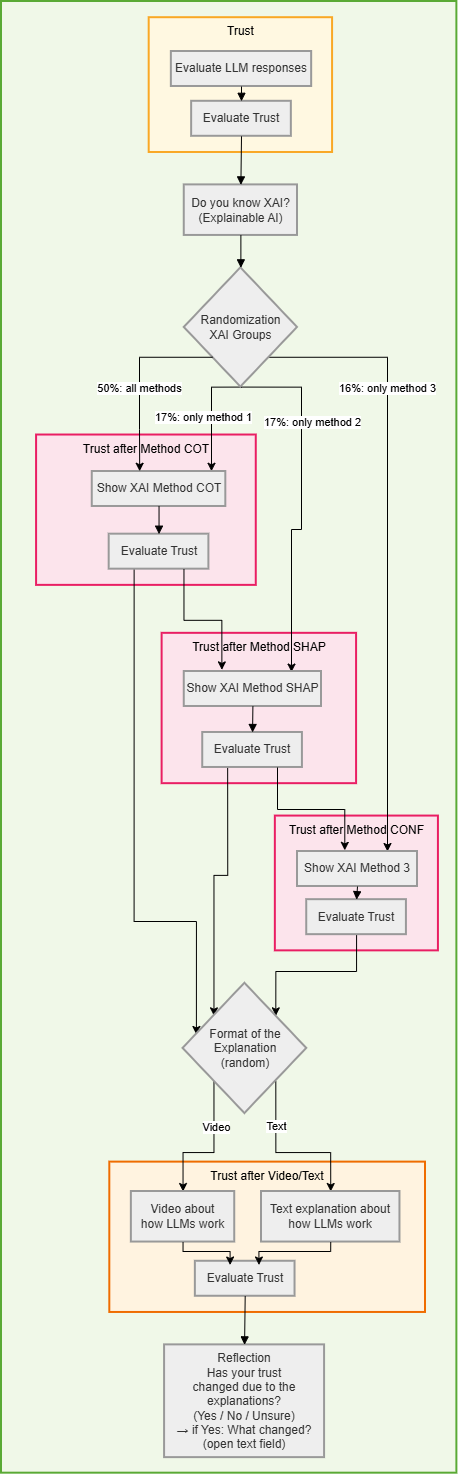
Before: ba_xai_for_llms/img/main_xai_research.drawio.png, a diagram exported from draw.io (rieselin/BA_XAI_for_LLMs). Source tidied: cells renumbered, new cells last; positions are measured from the earlier drawing's top-left corner, leaving out a move shared by most shapes.
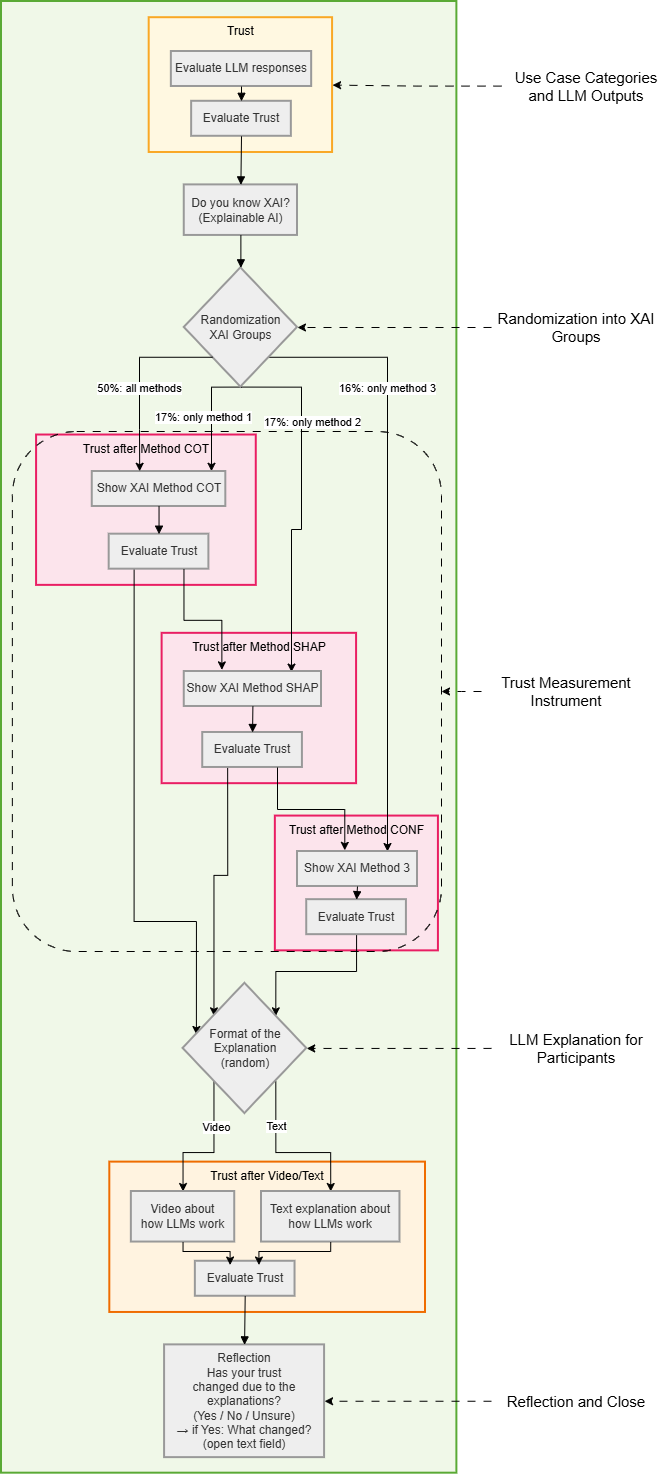
The same diagram one commit later.

What changed in the source:
```diff
@@ -191,5 +191,48 @@
         <mxPoint y="14" as="offset" />
       </mxGeometry>
     </mxCell>
+    <mxCell id="49" style="edgeStyle=orthogonalEdgeStyle;rounded=0;jettySize=auto;html=1;exitX=0;exitY=0.5;exitDx=0;exitDy=0;entryX=1;entryY=0.5;entryDx=0;entryDy=0;dashed=1;dashPattern=8 8;" parent="1" edge="1" source="50" target="7">
+      <mxGeometry relative="1" as="geometry" />
+    </mxCell>
+    <mxCell id="50" value="&lt;font style=&quot;font-size: 15px;&quot;&gt;Use Case Categories and LLM Outputs&lt;/font&gt;" style="text;html=1;whiteSpace=wrap;strokeColor=none;fillColor=none;align=center;verticalAlign=middle;rounded=0;" parent="1" vertex="1">
+      <mxGeometry x="500" y="69.6" width="170" height="30" as="geometry" />
+    </mxCell>
+    <mxCell id="51" style="edgeStyle=orthogonalEdgeStyle;rounded=0;jettySize=auto;html=1;exitX=0;exitY=0.5;exitDx=0;exitDy=0;dashed=1;dashPattern=8 8;" parent="1" edge="1" source="52" target="17">
+      <mxGeometry relative="1" as="geometry">
+        <Array as="points">
+          <mxPoint x="480" y="326" />
+          <mxPoint x="480" y="326" />
+        </Array>
+      </mxGeometry>
+    </mxCell>
+    <mxCell id="52" value="&lt;font style=&quot;font-size: 15px;&quot;&gt;Randomization into XAI Groups&lt;/font&gt;" style="text;html=1;whiteSpace=wrap;strokeColor=none;fillColor=none;align=center;verticalAlign=middle;rounded=0;" parent="1" vertex="1">
+      <mxGeometry x="490" y="311" width="170" height="30" as="geometry" />
+    </mxCell>
+    <mxCell id="53" style="edgeStyle=orthogonalEdgeStyle;rounded=0;jettySize=auto;html=1;exitX=0;exitY=0.5;exitDx=0;exitDy=0;dashed=1;dashPattern=8 8;" parent="1" edge="1" source="54" target="31">
+      <mxGeometry relative="1" as="geometry">
+        <Array as="points">
+          <mxPoint x="480" y="1047" />
+          <mxPoint x="480" y="1047" />
+        </Array>
+      </mxGeometry>
+    </mxCell>
+    <mxCell id="54" value="&lt;font style=&quot;font-size: 15px;&quot;&gt;LLM Explanation for Participants&lt;/font&gt;" style="text;html=1;whiteSpace=wrap;strokeColor=none;fillColor=none;align=center;verticalAlign=middle;rounded=0;" parent="1" vertex="1">
+      <mxGeometry x="490" y="1031.9" width="170" height="30" as="geometry" />
+    </mxCell>
+    <mxCell id="55" style="edgeStyle=orthogonalEdgeStyle;rounded=0;jettySize=auto;html=1;exitX=0;exitY=0.5;exitDx=0;exitDy=0;dashed=1;dashPattern=8 8;" parent="1" edge="1" source="56" target="35">
+      <mxGeometry relative="1" as="geometry" />
+    </mxCell>
+    <mxCell id="56" value="&lt;font style=&quot;font-size: 15px;&quot;&gt;Reflection and Close&lt;/font&gt;" style="text;html=1;whiteSpace=wrap;strokeColor=none;fillColor=none;align=center;verticalAlign=middle;rounded=0;" parent="1" vertex="1">
+      <mxGeometry x="490" y="1384.8" width="170" height="30" as="geometry" />
+    </mxCell>
+    <mxCell id="57" style="rounded=1;whiteSpace=wrap;html=1;fillColor=none;dashed=1;dashPattern=8 8;" parent="1" vertex="1">
+      <mxGeometry x="10.9" y="430" width="429.1" height="520" as="geometry" />
+    </mxCell>
+    <mxCell id="58" style="edgeStyle=orthogonalEdgeStyle;rounded=0;jettySize=auto;html=1;exitX=0;exitY=0.5;exitDx=0;exitDy=0;entryX=1;entryY=0.5;entryDx=0;entryDy=0;dashed=1;dashPattern=8 8;" parent="1" edge="1" source="59" target="57">
+      <mxGeometry relative="1" as="geometry" />
+    </mxCell>
+    <mxCell id="59" value="&lt;span style=&quot;font-size: 15px;&quot;&gt;Trust Measurement Instrument&lt;/span&gt;" style="text;html=1;whiteSpace=wrap;strokeColor=none;fillColor=none;align=center;verticalAlign=middle;rounded=0;" parent="1" vertex="1">
+      <mxGeometry x="480" y="675" width="170" height="30" as="geometry" />
+    </mxCell>
   </root>
 </mxGraphModel>
```
